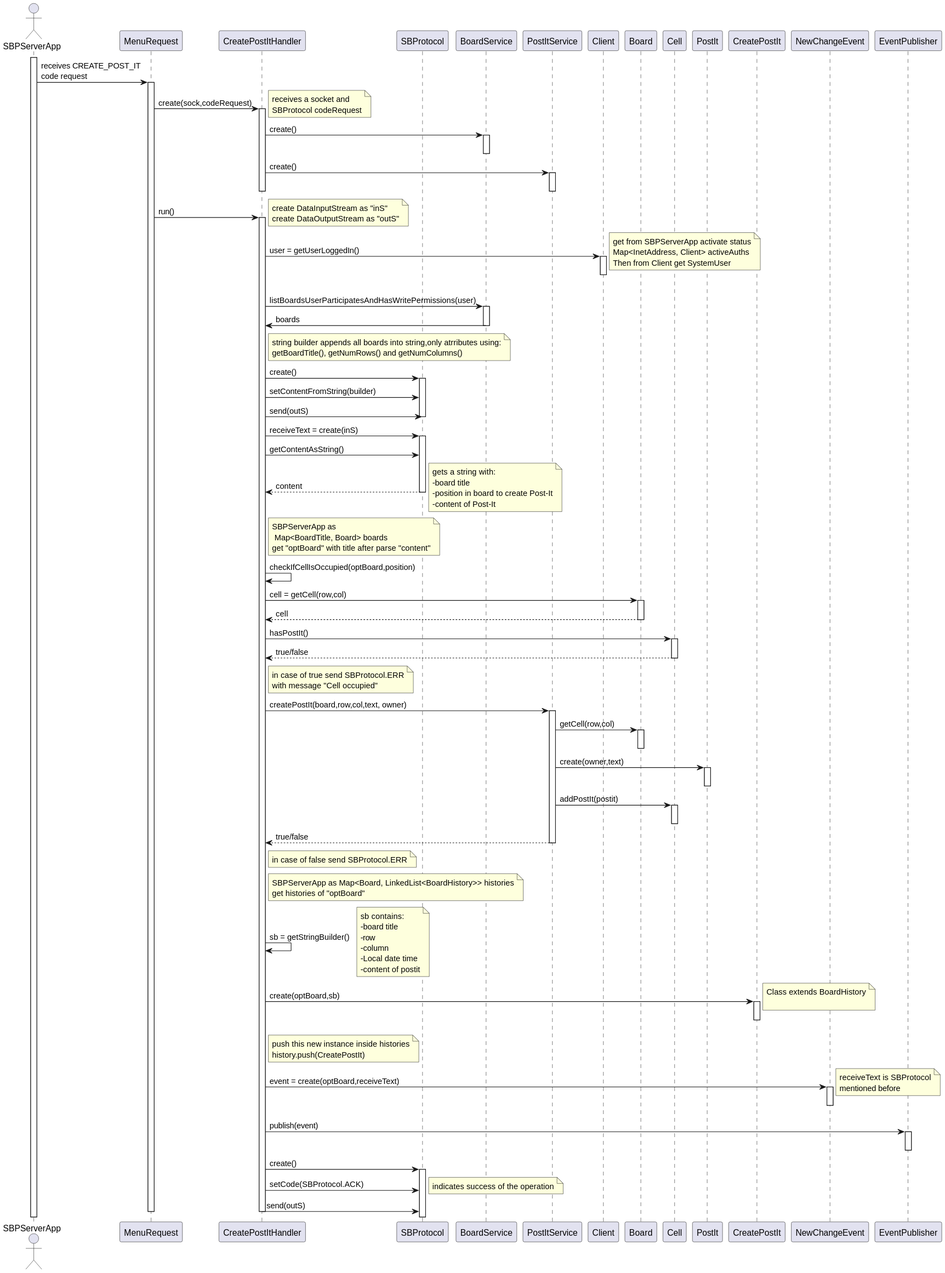
This is docs/us_3006/serverSD.svg from jovami/isep-lapr4, a PlantUML export, as it was before one commit.
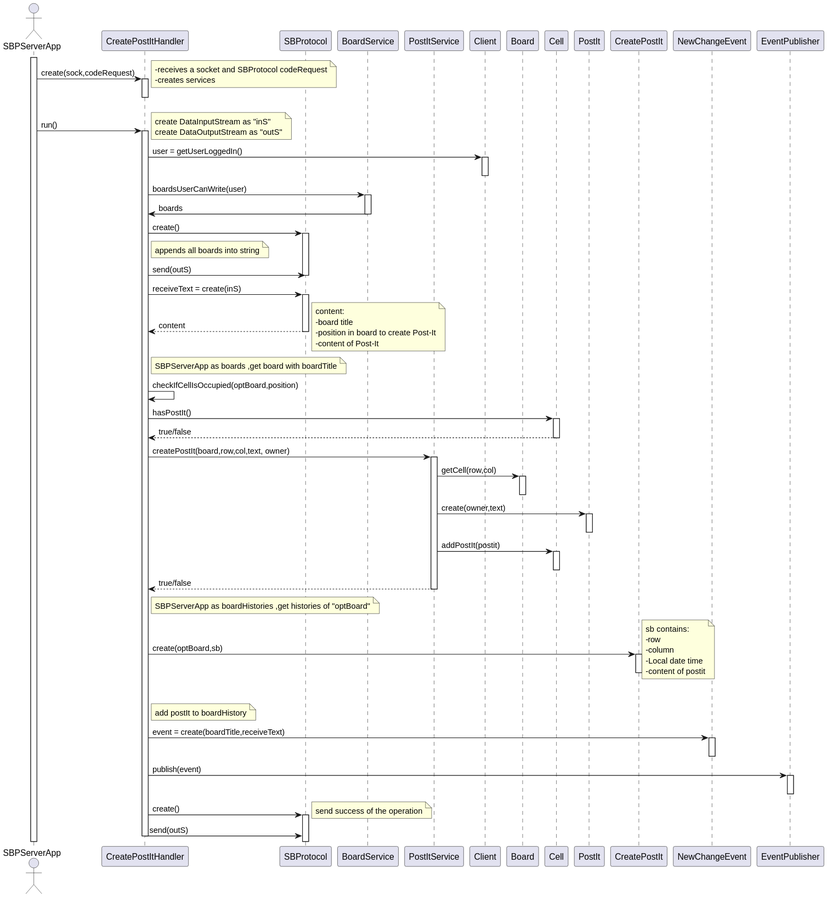
The same file after the commit.

Change to the diagram source:
```diff
@@ -1,7 +1,7 @@
 @startuml
 actor SBPServerApp as server
 
-participant MenuRequest as menu
+
 participant CreatePostItHandler as handler
 participant SBProtocol as sbp
 participant BoardService as b_svc
@@ -15,63 +15,49 @@
 participant EventPublisher as ep
 
 activate server
-server -> menu : receives CREATE_POST_IT\ncode request
-activate menu
-    menu -> handler: create(sock,codeRequest)
-    note right : receives a socket and\nSBProtocol codeRequest
+server ->  handler: create(sock,codeRequest)
+    note right : -receives a socket and SBProtocol codeRequest\n-creates services
     activate handler
-        handler -> b_svc : create()
-        activate b_svc
-        deactivate b_svc
-        handler -> p_svc : create()
-        activate p_svc
-        deactivate p_svc
+
     deactivate handler
 
 
 
-    menu -> handler : run()
+    server -> handler : run()
     note right : create DataInputStream as "inS"\ncreate DataOutputStream as "outS"
 
     activate handler
         handler -> c_user : user = getUserLoggedIn()
-        note right: get from SBPServerApp activate status\nMap<InetAddress, Client> activeAuths\nThen from Client get SystemUser
         activate c_user
         deactivate c_user
 
-        handler -> b_svc : listBoardsUserParticipatesAndHasWritePermissions(user)
+        handler -> b_svc : boardsUserCanWrite(user)
         activate b_svc
             b_svc -> handler : boards
         deactivate b_svc
 
-        note right of handler: string builder appends all boards into string,only atrributes using:\ngetBoardTitle(), getNumRows() and getNumColumns()
+
         handler -> sbp : create()
         activate sbp
-            handler -> sbp : setContentFromString(builder)
+        note right of handler: appends all boards into string
             handler -> sbp : send(outS)
         deactivate sbp
 
         handler -> sbp : receiveText = create(inS)
         activate sbp
-            handler -> sbp : getContentAsString()
             sbp --> handler : content
-            note right : gets a string with:\n-board title\n-position in board to create Post-It\n-content of Post-It
+            note right : content:\n-board title\n-position in board to create Post-It\n-content of Post-It
         deactivate sbp
 
-        note right of handler: SBPServerApp as\n Map<BoardTitle, Board> boards\nget "optBoard" with title after parse "content"
+        note right of handler: SBPServerApp as boards ,get board with boardTitle
         handler -> handler : checkIfCellIsOccupied(optBoard,position)
 
 
-        handler -> b : cell = getCell(row,col)
-        activate b
-            b --> handler: cell
-        deactivate b
         handler -> cell : hasPostIt()
         activate cell
             cell --> handler : true/false
         deactivate cell
 
-        note right of handler : in case of true send SBProtocol.ERR\nwith message "Cell occupied"
 
         handler -> p_svc : createPostIt(board,row,col,text, owner)
         activate p_svc
@@ -86,22 +72,17 @@
                deactivate cell
                p_svc --> handler : true/false
         deactivate p_svc
-        note right of handler : in case of false send SBProtocol.ERR
-        note right of handler: SBPServerApp as Map<Board, LinkedList<BoardHistory>> histories\nget histories of "optBoard"
-        handler -> handler : sb = getStringBuilder()
-        note right : sb contains:\n-board title\n-row\n-column\n-Local date time\n-content of postit
-
+        note right of handler: SBPServerApp as boardHistories ,get histories of "optBoard"
         handler -> c_postit : create(optBoard,sb)
         activate c_postit
-            note right : Class extends BoardHistory\n
+            note right : sb contains:\n-row\n-column\n-Local date time\n-content of postit
+
         deactivate c_postit
 
-        note right of handler : push this new instance inside histories\nhistory.push(CreatePostIt)
-
-        handler -> nce : event = create(optBoard,receiveText)
+        note right of handler : add postIt to boardHistory
+        handler -> nce : event = create(boardTitle,receiveText)
         activate nce
         deactivate nce
-        note right : receiveText is SBProtocol\nmentioned before
 
         handler -> ep : publish(event)
         activate ep
@@ -109,12 +90,8 @@
 
         handler -> sbp : create()
         activate sbp
-            handler -> sbp : setCode(SBProtocol.ACK)
-            note right : indicates success of the operation
+            note right : send success of the operation
             handler -> sbp : send(outS)
 
-    deactivate handler
-
-
-deactivate menu
+deactivate handler
 @enduml
```
